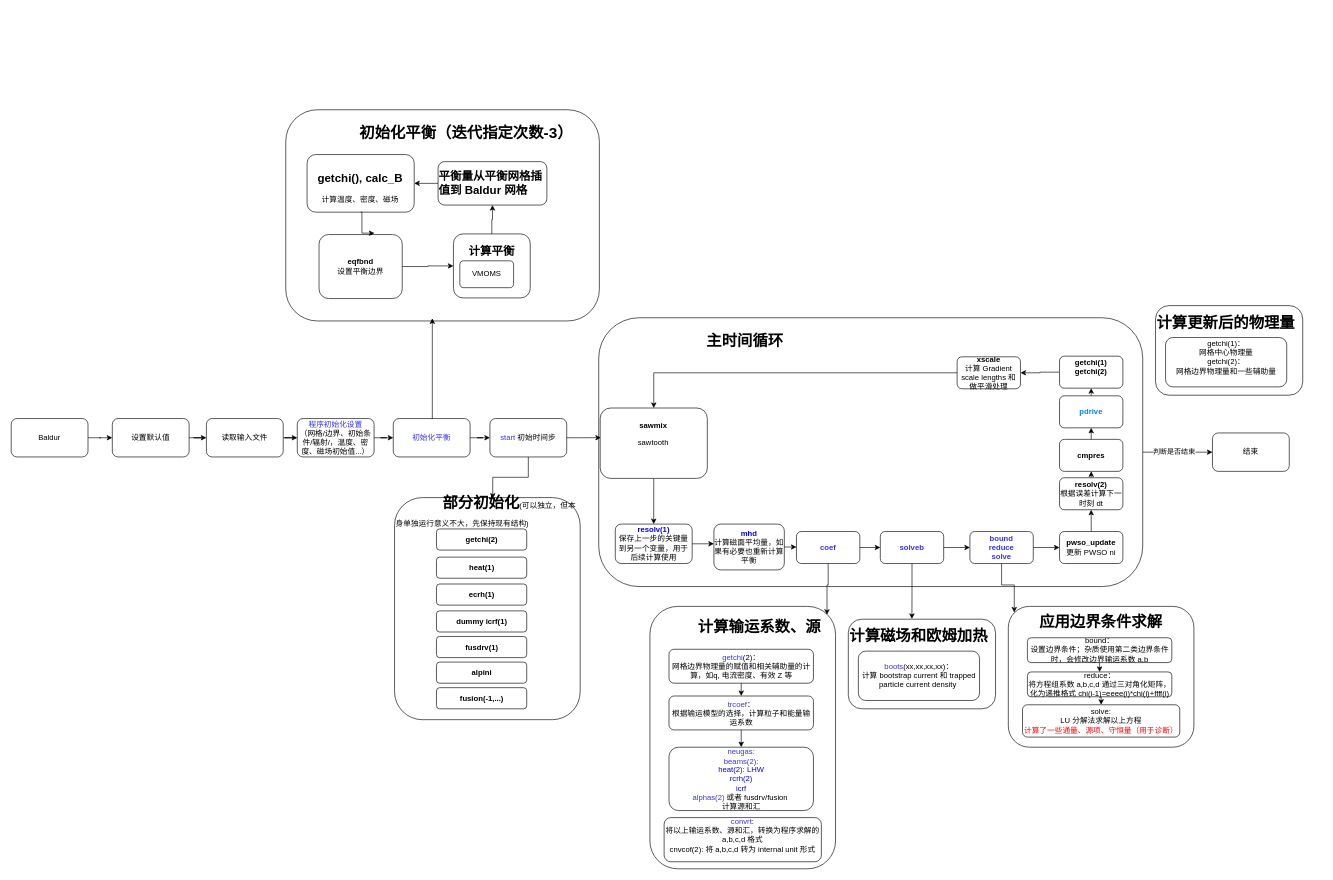
This is page "061525" (8 of 8) of Baldur.drawio from jiaxing-liu/flowchart, a draw.io file, before an edit. Source tidied: cells renumbered, new cells numbered last; positions are measured from the earlier drawing's top-left corner, leaving out a move shared by most shapes. Both pictures are drawn from the tidied source at 64%, with x=0, y=0 at pixel (11, 11).
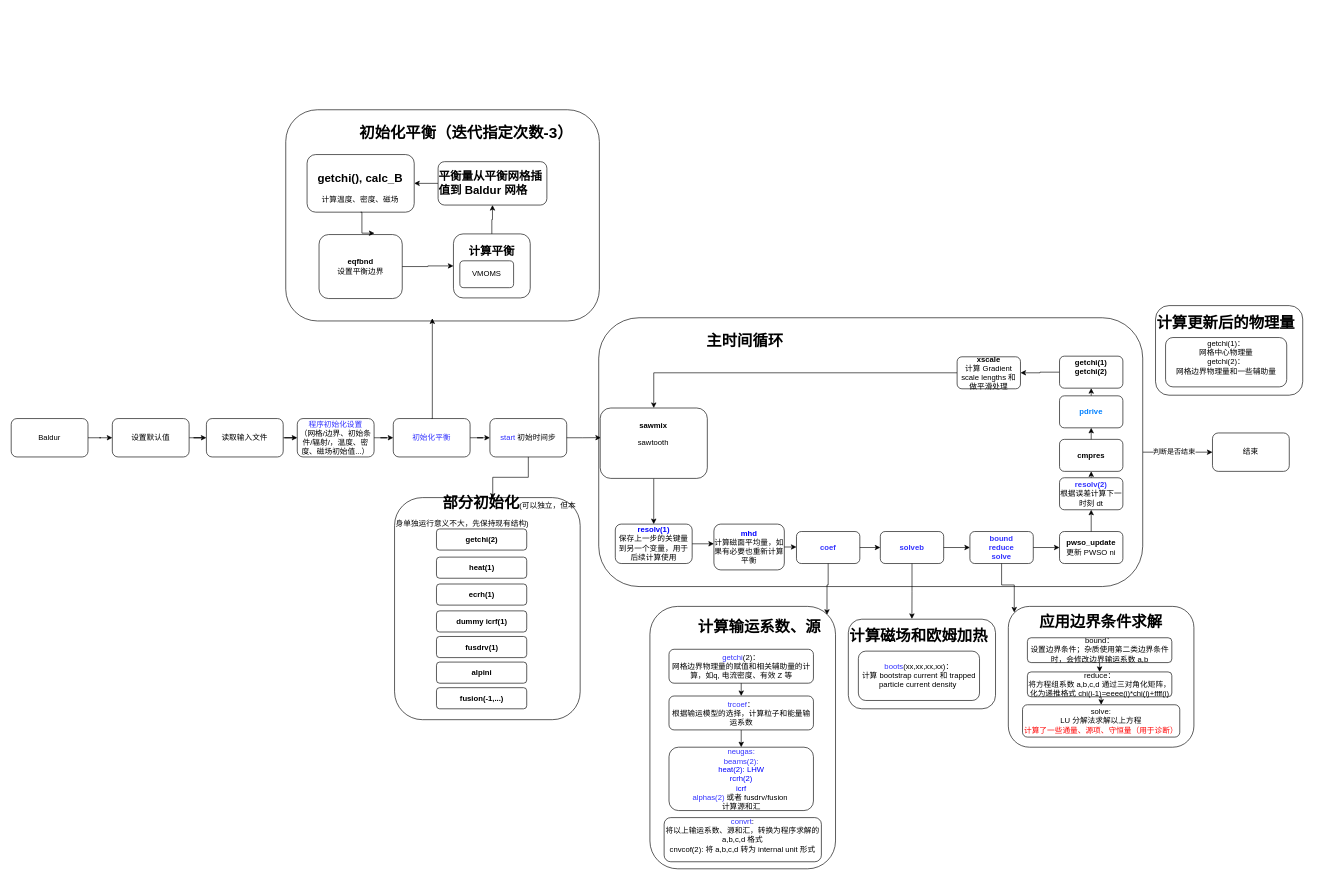
Above is the later version.

Unchanged cells that the change refers to:
```xml
<mxCell id="65" style="group;" parent="64" vertex="1">
  <mxGeometry width="99" height="50" as="geometry" />
</mxCell>
```

Diff of the diagram source:
```diff
@@
-    <mxCell id="66" value="&lt;div&gt;&lt;b&gt;resolv(2)&lt;/b&gt;&lt;/div&gt;&lt;div&gt;根据误差计算下一时刻 dt&lt;/div&gt;" style="rounded=1;whiteSpace=wrap;html=1;" parent="65" vertex="1">
+    <mxCell id="66" value="&lt;div&gt;&lt;b&gt;&lt;span style=&quot;color: rgb(51, 51, 255);&quot;&gt;resolv(2)&lt;/span&gt;&lt;/b&gt;&lt;/div&gt;&lt;div&gt;根据误差计算下一时刻 dt&lt;/div&gt;" style="rounded=1;whiteSpace=wrap;html=1;" parent="65" vertex="1">
       <mxGeometry width="99" height="50" as="geometry" />
     </mxCell>
```
